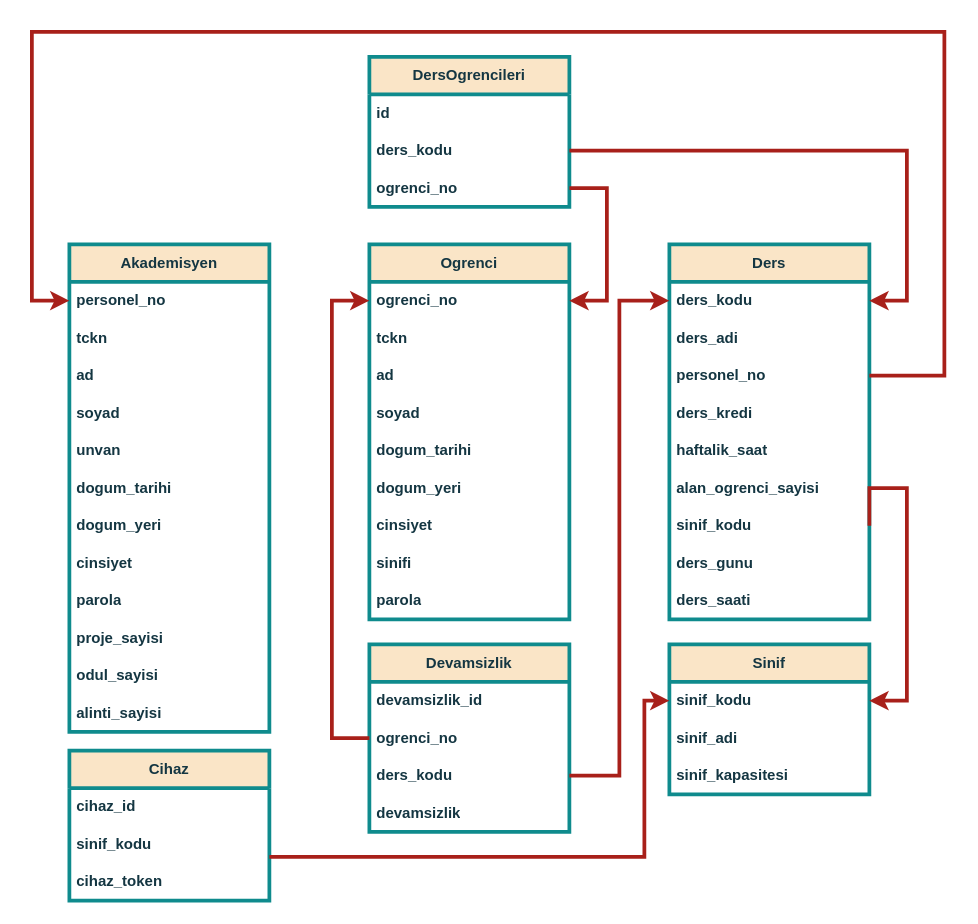
Earlier version of the draw.io diagram web/yapilanlar/2_veritabanının oluşturulması/4_tasarim/veritabani.drawio (azizcanhamas/iot-web-based-electronic-attendance-system). Source tidied: cells renumbered, new cells numbered last; positions are measured from the earlier drawing's top-left corner, leaving out a move shared by most shapes. Both pictures are drawn from the tidied source at 125%, with x=0, y=0 at pixel (31, 31).
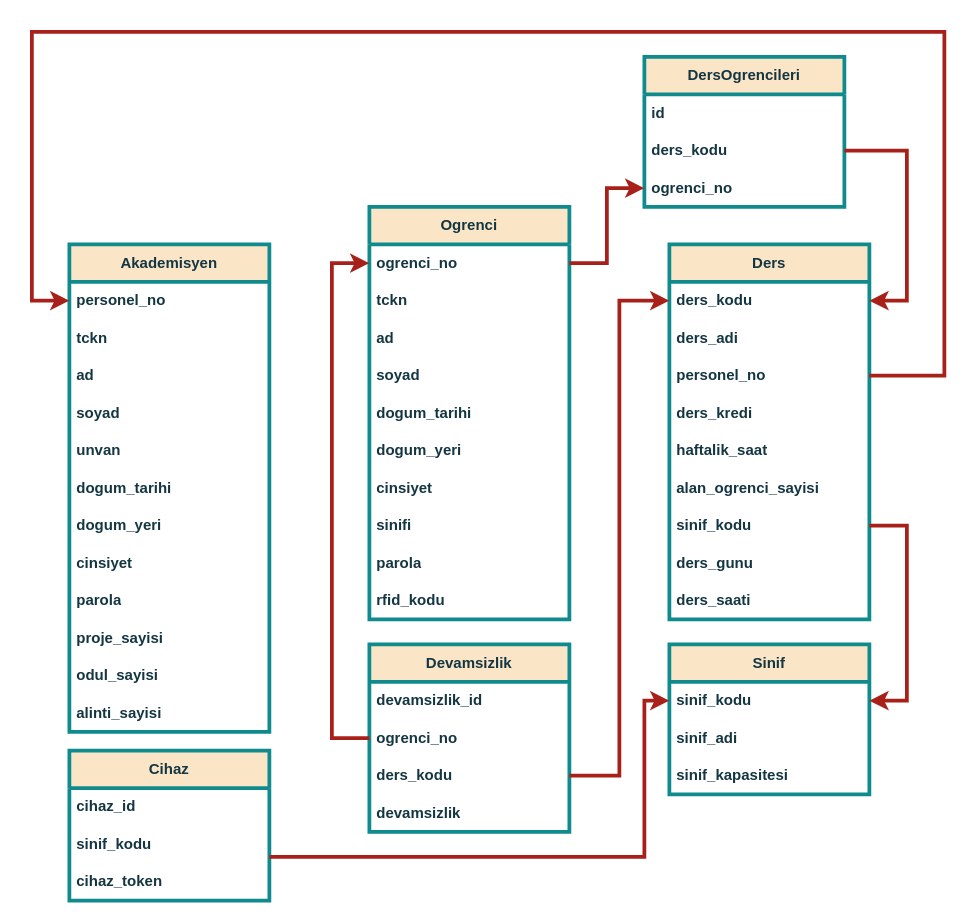
The same page after the edit.

Commit message (it also covers changes not shown here):
database diagram updated.

Unchanged cells that the change refers to:
```xml
<mxCell id="16" value="ogrenci_no" style="text;strokeColor=none;fillColor=none;align=left;verticalAlign=middle;spacingLeft=4;spacingRight=4;overflow=hidden;points=[[0,0.5],[1,0.5]];portConstraint=eastwest;whiteSpace=wrap;html=1;fontStyle=1;rounded=0;labelBackgroundColor=none;fontColor=#143642;strokeWidth=3;" parent="15" vertex="1">
  <mxGeometry y="30" width="160" height="30" as="geometry" />
</mxCell>
<mxCell id="32" value="sinif_kodu" style="text;strokeColor=none;fillColor=none;align=left;verticalAlign=middle;spacingLeft=4;spacingRight=4;overflow=hidden;points=[[0,0.5],[1,0.5]];portConstraint=eastwest;whiteSpace=wrap;html=1;fontStyle=1;rounded=0;labelBackgroundColor=none;fontColor=#143642;strokeWidth=3;" parent="25" vertex="1">
  <mxGeometry y="210" width="160" height="30" as="geometry" />
</mxCell>
<mxCell id="37" value="ogrenci_no" style="text;strokeColor=none;fillColor=none;align=left;verticalAlign=middle;spacingLeft=4;spacingRight=4;overflow=hidden;points=[[0,0.5],[1,0.5]];portConstraint=eastwest;whiteSpace=wrap;html=1;fontStyle=1;rounded=0;labelBackgroundColor=none;fontColor=#143642;strokeWidth=3;" parent="35" vertex="1">
  <mxGeometry y="60" width="160" height="30" as="geometry" />
</mxCell>
<mxCell id="41" value="sinif_kodu" style="text;align=left;verticalAlign=middle;spacingLeft=4;spacingRight=4;overflow=hidden;points=[[0,0.5],[1,0.5]];portConstraint=eastwest;whiteSpace=wrap;html=1;fontStyle=1;rounded=0;labelBackgroundColor=none;fontColor=#143642;strokeWidth=3;" parent="40" vertex="1">
  <mxGeometry y="30" width="160" height="30" as="geometry" />
</mxCell>
<mxCell id="51" value="ogrenci_no" style="text;strokeColor=none;fillColor=none;align=left;verticalAlign=middle;spacingLeft=4;spacingRight=4;overflow=hidden;points=[[0,0.5],[1,0.5]];portConstraint=eastwest;whiteSpace=wrap;html=1;fontStyle=1;rounded=0;labelBackgroundColor=none;fontColor=#143642;strokeWidth=3;" parent="48" vertex="1">
  <mxGeometry y="90" width="160" height="30" as="geometry" />
</mxCell>
```

What changed in the source:
```diff
@@
     <mxCell id="15" value="Ogrenci" style="swimlane;fontStyle=1;horizontal=1;startSize=30;whiteSpace=wrap;html=1;fillColor=#FAE5C7;strokeColor=#0F8B8D;rounded=0;labelBackgroundColor=none;fontColor=#143642;strokeWidth=3;" parent="1" vertex="1">
-      <mxGeometry x="270" y="170" width="160" height="300" as="geometry" />
+      <mxGeometry x="270" y="140" width="160" height="330" as="geometry" />
     </mxCell>
@@
+    <mxCell id="59" value="parola" style="text;strokeColor=none;fillColor=none;align=left;verticalAlign=middle;spacingLeft=4;spacingRight=4;overflow=hidden;whiteSpace=wrap;html=1;fontStyle=1;rounded=0;labelBackgroundColor=none;fontColor=#143642;strokeWidth=3;" parent="15" vertex="1">
+      <mxGeometry y="270" width="160" height="30" as="geometry" />
+    </mxCell>
-    <mxCell id="24" value="parola" style="text;strokeColor=none;fillColor=none;align=left;verticalAlign=middle;spacingLeft=4;spacingRight=4;overflow=hidden;whiteSpace=wrap;html=1;fontStyle=1;rounded=0;labelBackgroundColor=none;fontColor=#143642;strokeWidth=3;" parent="15" vertex="1">
-      <mxGeometry y="270" width="160" height="30" as="geometry" />
+    <mxCell id="24" value="rfid_kodu" style="text;strokeColor=none;fillColor=none;align=left;verticalAlign=middle;spacingLeft=4;spacingRight=4;overflow=hidden;whiteSpace=wrap;html=1;fontStyle=1;rounded=0;labelBackgroundColor=none;fontColor=#143642;strokeWidth=3;" parent="15" vertex="1">
+      <mxGeometry y="300" width="160" height="30" as="geometry" />
     </mxCell>
@@
     <mxCell id="48" value="DersOgrencileri" style="swimlane;fontStyle=1;horizontal=1;startSize=30;whiteSpace=wrap;html=1;fillColor=#FAE5C7;strokeColor=#0F8B8D;rounded=0;labelBackgroundColor=none;fontColor=#143642;strokeWidth=3;" parent="1" vertex="1">
-      <mxGeometry x="270" y="20" width="160" height="120" as="geometry" />
+      <mxGeometry x="490" y="20" width="160" height="120" as="geometry" />
     </mxCell>
@@
-    <mxCell id="53" style="edgeStyle=orthogonalEdgeStyle;rounded=0;jettySize=auto;html=1;exitX=0;exitY=0.5;exitDx=0;exitDy=0;entryX=0;entryY=0.5;entryDx=0;entryDy=0;fontStyle=1;labelBackgroundColor=none;strokeColor=#A8201A;fontColor=default;strokeWidth=3;" parent="1" edge="1" source="37" target="16">
-      <mxGeometry relative="1" as="geometry">
-        <Array as="points">
-          <mxPoint x="240" y="565" />
-          <mxPoint x="240" y="215" />
-        </Array>
-      </mxGeometry>
-    </mxCell>
@@
     <mxCell id="55" style="edgeStyle=orthogonalEdgeStyle;rounded=0;jettySize=auto;html=1;exitX=1;exitY=0.5;exitDx=0;exitDy=0;entryX=1;entryY=0.5;entryDx=0;entryDy=0;fontStyle=1;labelBackgroundColor=none;strokeColor=#A8201A;fontColor=default;strokeWidth=3;" parent="1" edge="1" source="32" target="41">
       <mxGeometry relative="1" as="geometry">
         <Array as="points">
-          <mxPoint x="700" y="365" />
+          <mxPoint x="700" y="395" />
           <mxPoint x="700" y="535" />
         </Array>
       </mxGeometry>
     </mxCell>
-    <mxCell id="56" style="edgeStyle=orthogonalEdgeStyle;rounded=0;jettySize=auto;html=1;exitX=1;exitY=0.5;exitDx=0;exitDy=0;entryX=1;entryY=0.5;entryDx=0;entryDy=0;fontStyle=1;labelBackgroundColor=none;strokeColor=#A8201A;fontColor=default;strokeWidth=3;" parent="1" edge="1" source="51" target="16">
-      <mxGeometry relative="1" as="geometry">
-        <Array as="points">
-          <mxPoint x="460" y="125" />
-          <mxPoint x="460" y="215" />
-        </Array>
-      </mxGeometry>
-    </mxCell>
@@
+    <mxCell id="53" style="edgeStyle=orthogonalEdgeStyle;rounded=0;jettySize=auto;html=1;exitX=0;exitY=0.5;exitDx=0;exitDy=0;entryX=0;entryY=0.5;entryDx=0;entryDy=0;labelBackgroundColor=none;strokeColor=#A8201A;fontColor=default;strokeWidth=3;" parent="1" edge="1" source="37" target="16">
+      <mxGeometry relative="1" as="geometry">
+        <Array as="points">
+          <mxPoint x="240" y="565" />
+          <mxPoint x="240" y="185" />
+        </Array>
+      </mxGeometry>
+    </mxCell>
+    <mxCell id="60" style="edgeStyle=orthogonalEdgeStyle;rounded=0;jettySize=auto;html=1;exitX=1;exitY=0.5;exitDx=0;exitDy=0;entryX=0;entryY=0.5;entryDx=0;entryDy=0;labelBackgroundColor=none;strokeColor=#A8201A;fontColor=default;strokeWidth=3;" parent="1" edge="1" source="16" target="51">
+      <mxGeometry relative="1" as="geometry">
+        <Array as="points">
+          <mxPoint x="460" y="185" />
+          <mxPoint x="460" y="125" />
+        </Array>
+      </mxGeometry>
+    </mxCell>
```
